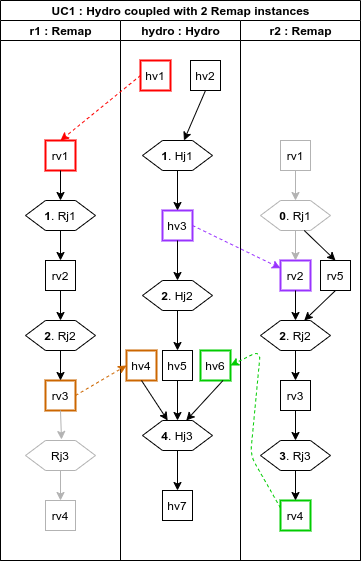
cea-hpc/NabLab keeps this draw.io diagram as docs/fr.cea.nabla.mkdocs/docs/modulecomposition/img/HydroAnd2Remaps.png. Above is the earlier version. Source tidied: cells renumbered, new cells last; positions are measured from the earlier drawing's top-left corner, leaving out a move shared by most shapes.
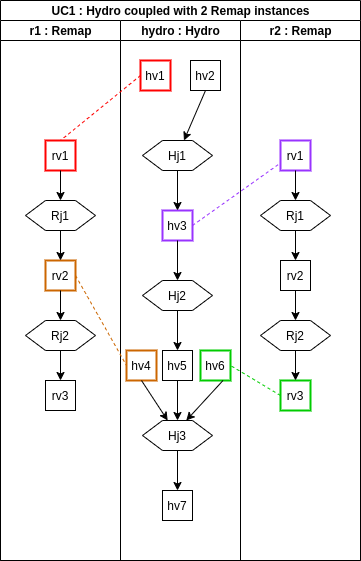
The same diagram one commit later.

The edit, as a diff of the source:
```diff
@@ -2,31 +2,25 @@
   <root>
     <mxCell id="0" />
     <mxCell id="1" parent="0" />
-    <mxCell id="2" value="UC1 : Hydro coupled with 2 Remap instances" style="swimlane;html=1;startSize=20;" parent="1" vertex="1">
+    <mxCell id="2" value="UC1 : Hydro coupled with 2 Remap instances" style="swimlane;html=1;startSize=20;strokeWidth=1;" parent="1" vertex="1">
       <mxGeometry width="360" height="560" as="geometry" />
     </mxCell>
     <mxCell id="3" value="r1 : Remap" style="swimlane;html=1;startSize=20;" parent="2" vertex="1">
       <mxGeometry y="20" width="120" height="540" as="geometry" />
     </mxCell>
-    <mxCell id="4" value="rv4" style="whiteSpace=wrap;html=1;strokeColor=#B3B3B3;" parent="3" vertex="1">
-      <mxGeometry x="45" y="480" width="30" height="30" as="geometry" />
-    </mxCell>
-    <mxCell id="5" value="Rj3" style="shape=hexagon;perimeter=hexagonPerimeter2;whiteSpace=wrap;html=1;fixedSize=1;strokeColor=#B3B3B3;" parent="3" vertex="1">
-      <mxGeometry x="25" y="420" width="70" height="30" as="geometry" />
-    </mxCell>
-    <mxCell id="6" value="&lt;b&gt;2&lt;/b&gt;. Rj2" style="shape=hexagon;perimeter=hexagonPerimeter2;whiteSpace=wrap;html=1;fixedSize=1;" parent="3" vertex="1">
+    <mxCell id="6" value="Rj2" style="shape=hexagon;perimeter=hexagonPerimeter2;whiteSpace=wrap;html=1;fixedSize=1;" parent="3" vertex="1">
       <mxGeometry x="25" y="300" width="70" height="30" as="geometry" />
     </mxCell>
-    <mxCell id="7" value="rv3" style="whiteSpace=wrap;html=1;strokeWidth=2;strokeColor=#CC6600;" parent="3" vertex="1">
+    <mxCell id="7" value="rv3" style="whiteSpace=wrap;html=1;strokeWidth=1;" parent="3" vertex="1">
       <mxGeometry x="45" y="360" width="30" height="30" as="geometry" />
     </mxCell>
-    <mxCell id="8" value="rv2" style="whiteSpace=wrap;html=1;" parent="3" vertex="1">
+    <mxCell id="8" value="rv2" style="whiteSpace=wrap;html=1;strokeWidth=2;strokeColor=#CC6600;" parent="3" vertex="1">
       <mxGeometry x="45" y="240" width="30" height="30" as="geometry" />
     </mxCell>
     <mxCell id="9" value="rv1" style="whiteSpace=wrap;html=1;labelBackgroundColor=#ffffff;strokeColor=#FF0000;strokeWidth=2;" parent="3" vertex="1">
       <mxGeometry x="45" y="120" width="30" height="30" as="geometry" />
     </mxCell>
-    <mxCell id="10" value="&lt;b&gt;1&lt;/b&gt;. Rj1" style="shape=hexagon;perimeter=hexagonPerimeter2;whiteSpace=wrap;html=1;fixedSize=1;" parent="3" vertex="1">
+    <mxCell id="10" value="Rj1" style="shape=hexagon;perimeter=hexagonPerimeter2;whiteSpace=wrap;html=1;fixedSize=1;" parent="3" vertex="1">
       <mxGeometry x="25" y="180" width="70" height="30" as="geometry" />
     </mxCell>
     <mxCell id="11" style="endArrow=classic;html=1;exitX=0.5;exitY=1;exitDx=0;exitDy=0;entryX=0.5;entryY=0;entryDx=0;entryDy=0;" parent="3" edge="1" source="9" target="10">
@@ -41,9 +35,6 @@
     <mxCell id="14" style="endArrow=classic;html=1;exitX=0.5;exitY=1;exitDx=0;exitDy=0;entryX=0.5;entryY=0;entryDx=0;entryDy=0;" parent="3" edge="1" source="6" target="7">
       <mxGeometry relative="1" as="geometry" />
     </mxCell>
-    <mxCell id="15" style="endArrow=classic;html=1;exitX=0.5;exitY=1;exitDx=0;exitDy=0;entryX=0.5;entryY=0;entryDx=0;entryDy=0;strokeColor=#B3B3B3;" parent="3" edge="1" source="5" target="4">
-      <mxGeometry relative="1" as="geometry" />
-    </mxCell>
     <mxCell id="16" value="hydro : Hydro" style="swimlane;html=1;startSize=20;" parent="2" vertex="1">
       <mxGeometry x="120" y="20" width="120" height="540" as="geometry" />
     </mxCell>
@@ -53,19 +44,19 @@
     <mxCell id="18" value="hv1" style="whiteSpace=wrap;html=1;labelBackgroundColor=#ffffff;strokeColor=#FF0000;strokeWidth=2;" parent="16" vertex="1">
       <mxGeometry x="20" y="40" width="30" height="30" as="geometry" />
     </mxCell>
-    <mxCell id="19" value="&lt;b&gt;2&lt;/b&gt;. Hj2" style="shape=hexagon;perimeter=hexagonPerimeter2;whiteSpace=wrap;html=1;fixedSize=1;" parent="16" vertex="1">
+    <mxCell id="19" value="Hj2" style="shape=hexagon;perimeter=hexagonPerimeter2;whiteSpace=wrap;html=1;fixedSize=1;" parent="16" vertex="1">
       <mxGeometry x="22" y="260" width="70" height="30" as="geometry" />
     </mxCell>
     <mxCell id="20" value="hv3" style="whiteSpace=wrap;html=1;strokeColor=#9933FF;strokeWidth=2;" parent="16" vertex="1">
       <mxGeometry x="42" y="190" width="30" height="30" as="geometry" />
     </mxCell>
-    <mxCell id="21" value="&lt;b&gt;&lt;font style=&quot;font-size: 12px&quot;&gt;1&lt;/font&gt;&lt;/b&gt;. Hj1" style="shape=hexagon;perimeter=hexagonPerimeter2;whiteSpace=wrap;html=1;fixedSize=1;" parent="16" vertex="1">
+    <mxCell id="21" value="Hj1" style="shape=hexagon;perimeter=hexagonPerimeter2;whiteSpace=wrap;html=1;fixedSize=1;" parent="16" vertex="1">
       <mxGeometry x="22" y="120" width="70" height="30" as="geometry" />
     </mxCell>
     <mxCell id="22" value="hv5" style="whiteSpace=wrap;html=1;" parent="16" vertex="1">
       <mxGeometry x="42" y="330" width="30" height="30" as="geometry" />
     </mxCell>
-    <mxCell id="23" value="&lt;b&gt;4&lt;/b&gt;. Hj3" style="shape=hexagon;perimeter=hexagonPerimeter2;whiteSpace=wrap;html=1;fixedSize=1;" parent="16" vertex="1">
+    <mxCell id="23" value="Hj3" style="shape=hexagon;perimeter=hexagonPerimeter2;whiteSpace=wrap;html=1;fixedSize=1;" parent="16" vertex="1">
       <mxGeometry x="22" y="400" width="70" height="30" as="geometry" />
     </mxCell>
     <mxCell id="24" value="hv7" style="whiteSpace=wrap;html=1;" parent="16" vertex="1">
@@ -104,28 +95,25 @@
     <mxCell id="35" value="r2 : Remap" style="swimlane;html=1;startSize=20;" parent="2" vertex="1">
       <mxGeometry x="240" y="20" width="120" height="540" as="geometry" />
     </mxCell>
-    <mxCell id="36" value="rv4" style="whiteSpace=wrap;html=1;strokeWidth=2;strokeColor=#00CC00;" parent="35" vertex="1">
-      <mxGeometry x="40" y="480" width="30" height="30" as="geometry" />
-    </mxCell>
-    <mxCell id="37" value="&lt;b&gt;2&lt;/b&gt;. Rj2" style="shape=hexagon;perimeter=hexagonPerimeter2;whiteSpace=wrap;html=1;fixedSize=1;" parent="35" vertex="1">
+    <mxCell id="37" value="Rj2" style="shape=hexagon;perimeter=hexagonPerimeter2;whiteSpace=wrap;html=1;fixedSize=1;" parent="35" vertex="1">
       <mxGeometry x="20" y="300" width="70" height="30" as="geometry" />
     </mxCell>
-    <mxCell id="38" value="rv3" style="whiteSpace=wrap;html=1;strokeWidth=1;" parent="35" vertex="1">
+    <mxCell id="38" value="rv3" style="whiteSpace=wrap;html=1;strokeWidth=2;strokeColor=#00CC00;" parent="35" vertex="1">
       <mxGeometry x="40" y="360" width="30" height="30" as="geometry" />
     </mxCell>
-    <mxCell id="39" value="rv2" style="whiteSpace=wrap;html=1;strokeColor=#9933FF;strokeWidth=2;" parent="35" vertex="1">
+    <mxCell id="39" value="rv2" style="whiteSpace=wrap;html=1;strokeWidth=1;" parent="35" vertex="1">
       <mxGeometry x="40" y="240" width="30" height="30" as="geometry" />
     </mxCell>
-    <mxCell id="40" value="rv1" style="whiteSpace=wrap;html=1;strokeWidth=1;strokeColor=#B3B3B3;" parent="35" vertex="1">
+    <mxCell id="40" value="rv1" style="whiteSpace=wrap;html=1;strokeWidth=2;strokeColor=#9933FF;" parent="35" vertex="1">
       <mxGeometry x="40" y="120" width="30" height="30" as="geometry" />
     </mxCell>
-    <mxCell id="41" value="&lt;b&gt;0&lt;/b&gt;. Rj1" style="shape=hexagon;perimeter=hexagonPerimeter2;whiteSpace=wrap;html=1;fixedSize=1;strokeColor=#B3B3B3;" parent="35" vertex="1">
+    <mxCell id="41" value="Rj1" style="shape=hexagon;perimeter=hexagonPerimeter2;whiteSpace=wrap;html=1;fixedSize=1;" parent="35" vertex="1">
       <mxGeometry x="20" y="180" width="70" height="30" as="geometry" />
     </mxCell>
-    <mxCell id="42" style="endArrow=classic;html=1;exitX=0.5;exitY=1;exitDx=0;exitDy=0;entryX=0.5;entryY=0;entryDx=0;entryDy=0;strokeColor=#B3B3B3;" parent="35" edge="1" source="40" target="41">
+    <mxCell id="42" style="endArrow=classic;html=1;exitX=0.5;exitY=1;exitDx=0;exitDy=0;entryX=0.5;entryY=0;entryDx=0;entryDy=0;" parent="35" edge="1" source="40" target="41">
       <mxGeometry relative="1" as="geometry" />
     </mxCell>
-    <mxCell id="43" style="endArrow=classic;html=1;exitX=0.5;exitY=1;exitDx=0;exitDy=0;entryX=0.5;entryY=0;entryDx=0;entryDy=0;strokeColor=#B3B3B3;" parent="35" edge="1" source="41" target="39">
+    <mxCell id="43" style="endArrow=classic;html=1;exitX=0.5;exitY=1;exitDx=0;exitDy=0;entryX=0.5;entryY=0;entryDx=0;entryDy=0;" parent="35" edge="1" source="41" target="39">
       <mxGeometry relative="1" as="geometry" />
     </mxCell>
     <mxCell id="44" style="endArrow=classic;html=1;exitX=0.5;exitY=1;exitDx=0;exitDy=0;entryX=0.5;entryY=0;entryDx=0;entryDy=0;" parent="35" edge="1" source="39" target="37">
@@ -134,47 +122,17 @@
     <mxCell id="45" style="endArrow=classic;html=1;exitX=0.5;exitY=1;exitDx=0;exitDy=0;entryX=0.5;entryY=0;entryDx=0;entryDy=0;" parent="35" edge="1" source="37" target="38">
       <mxGeometry relative="1" as="geometry" />
     </mxCell>
-    <mxCell id="46" value="&lt;b&gt;3&lt;/b&gt;. Rj3" style="shape=hexagon;perimeter=hexagonPerimeter2;whiteSpace=wrap;html=1;fixedSize=1;" parent="35" vertex="1">
-      <mxGeometry x="20" y="420" width="70" height="30" as="geometry" />
-    </mxCell>
-    <mxCell id="47" style="endArrow=classic;html=1;exitX=0.5;exitY=1;exitDx=0;exitDy=0;entryX=0.5;entryY=0;entryDx=0;entryDy=0;" parent="35" edge="1" source="38" target="46">
-      <mxGeometry relative="1" as="geometry" />
-    </mxCell>
-    <mxCell id="48" style="endArrow=classic;html=1;exitX=0.5;exitY=1;exitDx=0;exitDy=0;entryX=0.5;entryY=0;entryDx=0;entryDy=0;" parent="35" edge="1" source="46" target="36">
-      <mxGeometry relative="1" as="geometry" />
-    </mxCell>
-    <mxCell id="49" value="rv5" style="whiteSpace=wrap;html=1;strokeWidth=1;" parent="35" vertex="1">
-      <mxGeometry x="80" y="240" width="30" height="30" as="geometry" />
-    </mxCell>
-    <mxCell id="50" style="endArrow=classic;html=1;exitX=0.5;exitY=1;exitDx=0;exitDy=0;entryX=0.625;entryY=0;entryDx=0;entryDy=0;" parent="35" edge="1" source="49" target="37">
-      <mxGeometry relative="1" as="geometry" />
-    </mxCell>
-    <mxCell id="51" style="endArrow=classic;html=1;exitX=0.625;exitY=1;exitDx=0;exitDy=0;" parent="35" edge="1" source="41">
-      <mxGeometry relative="1" as="geometry">
-        <mxPoint x="95" y="240" as="targetPoint" />
-      </mxGeometry>
-    </mxCell>
-    <mxCell id="52" style="endArrow=classic;html=1;exitX=0;exitY=0.5;exitDx=0;exitDy=0;entryX=0.5;entryY=0;entryDx=0;entryDy=0;strokeColor=#FF0000;dashed=1;" parent="2" edge="1" source="18" target="9">
+    <mxCell id="52" style="endArrow=none;html=1;exitX=0;exitY=0.5;exitDx=0;exitDy=0;entryX=0.5;entryY=0;entryDx=0;entryDy=0;strokeColor=#FF0000;dashed=1;endFill=0;" parent="2" edge="1" source="18" target="9">
       <mxGeometry relative="1" as="geometry" />
     </mxCell>
-    <mxCell id="53" style="endArrow=classic;html=1;dashed=1;exitX=1;exitY=0.5;exitDx=0;exitDy=0;entryX=0;entryY=0.5;entryDx=0;entryDy=0;strokeColor=#CC6600;" parent="2" edge="1" source="7" target="17">
+    <mxCell id="53" style="endArrow=none;html=1;dashed=1;exitX=1;exitY=0.5;exitDx=0;exitDy=0;entryX=0;entryY=0.5;entryDx=0;entryDy=0;strokeColor=#CC6600;endFill=0;" parent="2" edge="1" source="8" target="17">
       <mxGeometry relative="1" as="geometry" />
     </mxCell>
-    <mxCell id="54" style="endArrow=classic;html=1;exitX=1;exitY=0.5;exitDx=0;exitDy=0;strokeColor=#9933FF;dashed=1;" parent="2" edge="1" source="20" target="39">
+    <mxCell id="54" style="endArrow=none;html=1;exitX=1;exitY=0.5;exitDx=0;exitDy=0;strokeColor=#9933FF;dashed=1;endFill=0;entryX=0;entryY=0.75;entryDx=0;entryDy=0;" parent="2" edge="1" source="20" target="40">
       <mxGeometry relative="1" as="geometry" />
     </mxCell>
-    <mxCell id="55" style="endArrow=classic;html=1;dashed=1;exitX=0;exitY=0.25;exitDx=0;exitDy=0;entryX=1;entryY=0.5;entryDx=0;entryDy=0;strokeColor=#00CC00;" parent="2" edge="1" source="36" target="29">
-      <mxGeometry relative="1" as="geometry">
-        <Array as="points">
-          <mxPoint x="250" y="455" />
-          <mxPoint x="260" y="350" />
-        </Array>
-      </mxGeometry>
+    <mxCell id="55" style="endArrow=none;html=1;dashed=1;exitX=0;exitY=0.5;exitDx=0;exitDy=0;entryX=1;entryY=0.5;entryDx=0;entryDy=0;strokeColor=#00CC00;endFill=0;" parent="2" edge="1" source="38" target="29">
+      <mxGeometry relative="1" as="geometry" />
     </mxCell>
-    <mxCell id="56" style="endArrow=classic;html=1;exitX=0.5;exitY=1;exitDx=0;exitDy=0;strokeColor=#B3B3B3;" parent="1" edge="1" source="7">
-      <mxGeometry relative="1" as="geometry">
-        <mxPoint x="61" y="439" as="targetPoint" />
-      </mxGeometry>
-    </mxCell>
   </root>
 </mxGraphModel>
```
